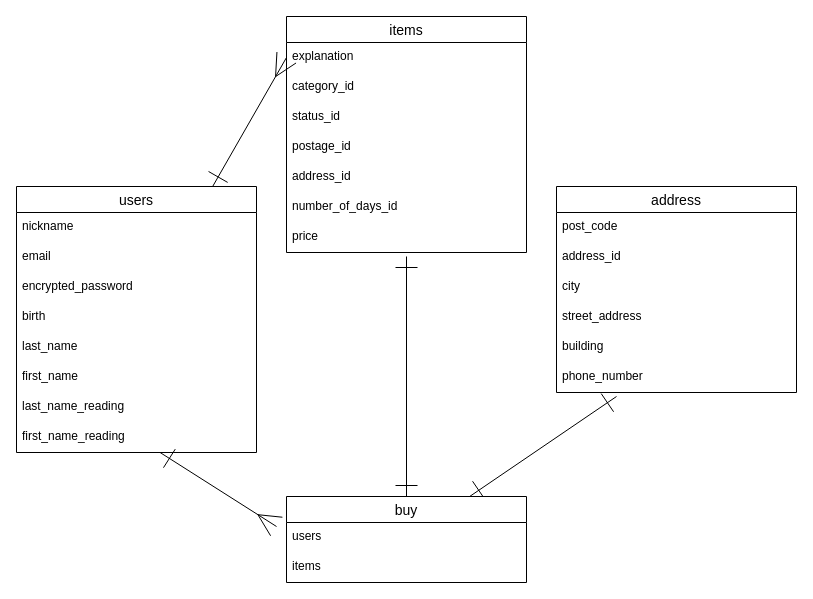
This is ER.dio from aiueo818/furima-40136, a draw.io file, before an edit. Source tidied: cells renumbered, new cells numbered last; positions are measured from the earlier drawing's top-left corner, leaving out a move shared by most shapes. Both pictures are drawn from the tidied source at 100%, with x=0, y=0 at pixel (16, 16).
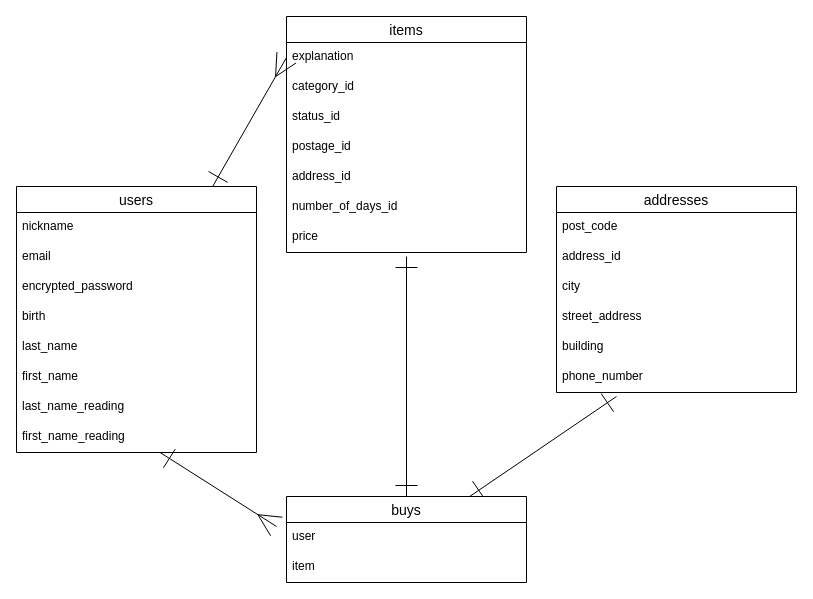
The same page after the edit.

Commit message (it also covers changes not shown here):
DB設計の修正２

# What
レビューいただいた内容を元にER図とREADMEを修正

# Why
DB設計のため

Change to the diagram source:
```diff
@@
-    <mxCell id="22" value="buy" style="swimlane;fontStyle=0;horizontal=1;startSize=26;align=center;fontSize=14;" parent="1" vertex="1">
+    <mxCell id="22" value="buys" style="swimlane;fontStyle=0;horizontal=1;startSize=26;align=center;fontSize=14;" parent="1" vertex="1">
       <mxGeometry x="270" y="480" width="240" height="86" as="geometry" />
     </mxCell>
@@
-    <mxCell id="24" value="users" style="text;strokeColor=none;fillColor=none;spacingLeft=4;spacingRight=4;overflow=hidden;points=[[0,0.5],[1,0.5]];portConstraint=eastwest;fontSize=12;" parent="22" vertex="1">
+    <mxCell id="24" value="user" style="text;strokeColor=none;fillColor=none;spacingLeft=4;spacingRight=4;overflow=hidden;points=[[0,0.5],[1,0.5]];portConstraint=eastwest;fontSize=12;" parent="22" vertex="1">
       <mxGeometry y="26" width="240" height="30" as="geometry" />
     </mxCell>
-    <mxCell id="25" value="items" style="text;strokeColor=none;fillColor=none;spacingLeft=4;spacingRight=4;overflow=hidden;points=[[0,0.5],[1,0.5]];portConstraint=eastwest;fontSize=12;" parent="22" vertex="1">
+    <mxCell id="25" value="item" style="text;strokeColor=none;fillColor=none;spacingLeft=4;spacingRight=4;overflow=hidden;points=[[0,0.5],[1,0.5]];portConstraint=eastwest;fontSize=12;" parent="22" vertex="1">
       <mxGeometry y="56" width="240" height="30" as="geometry" />
     </mxCell>
-    <mxCell id="26" value="address" style="swimlane;fontStyle=0;horizontal=1;startSize=26;align=center;fontSize=14;" parent="1" vertex="1">
+    <mxCell id="26" value="addresses" style="swimlane;fontStyle=0;horizontal=1;startSize=26;align=center;fontSize=14;" parent="1" vertex="1">
       <mxGeometry x="540" y="170" width="240" height="206" as="geometry" />
     </mxCell>
```
